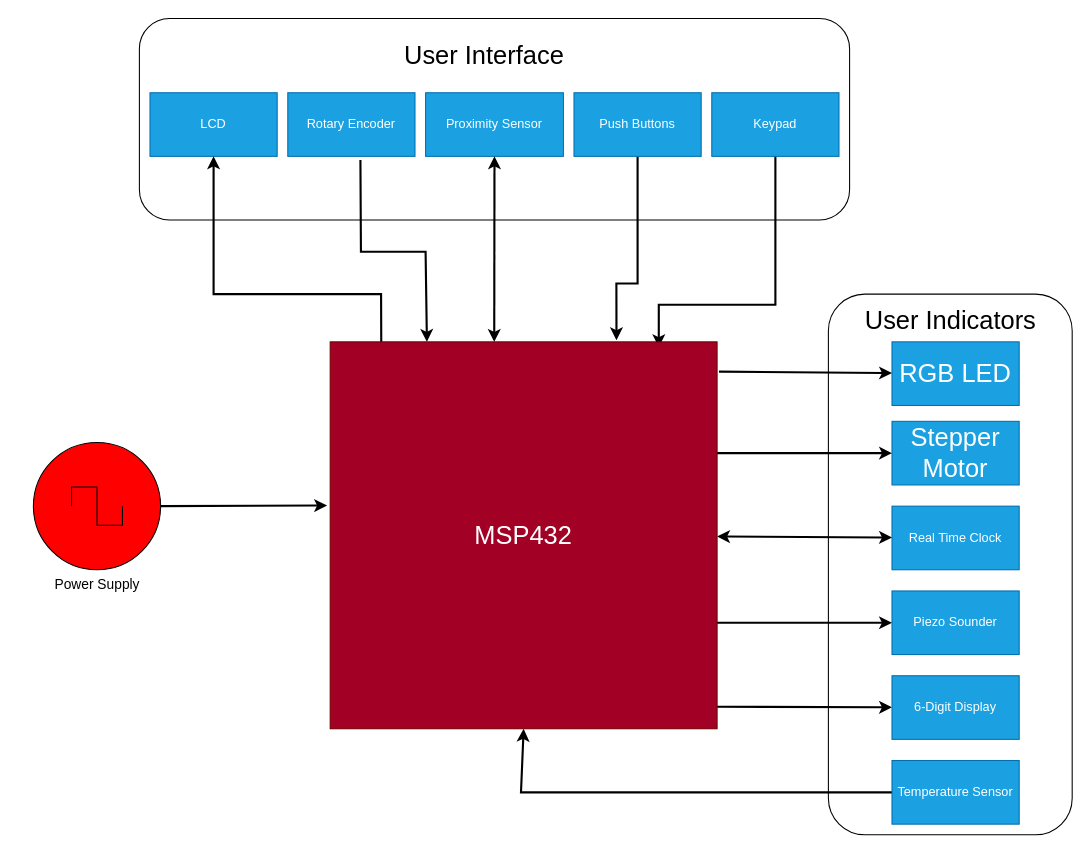
Earlier version of the draw.io diagram Lab FInal/BlockDiagram.drawio (juanbey/EGR_326_Farrell-Bey_Osburn). Source tidied: cells renumbered, new cells numbered last; positions are measured from the earlier drawing's top-left corner, leaving out a move shared by most shapes. Both pictures are drawn from the tidied source at 106%, with x=0, y=0 at pixel (33, 18).
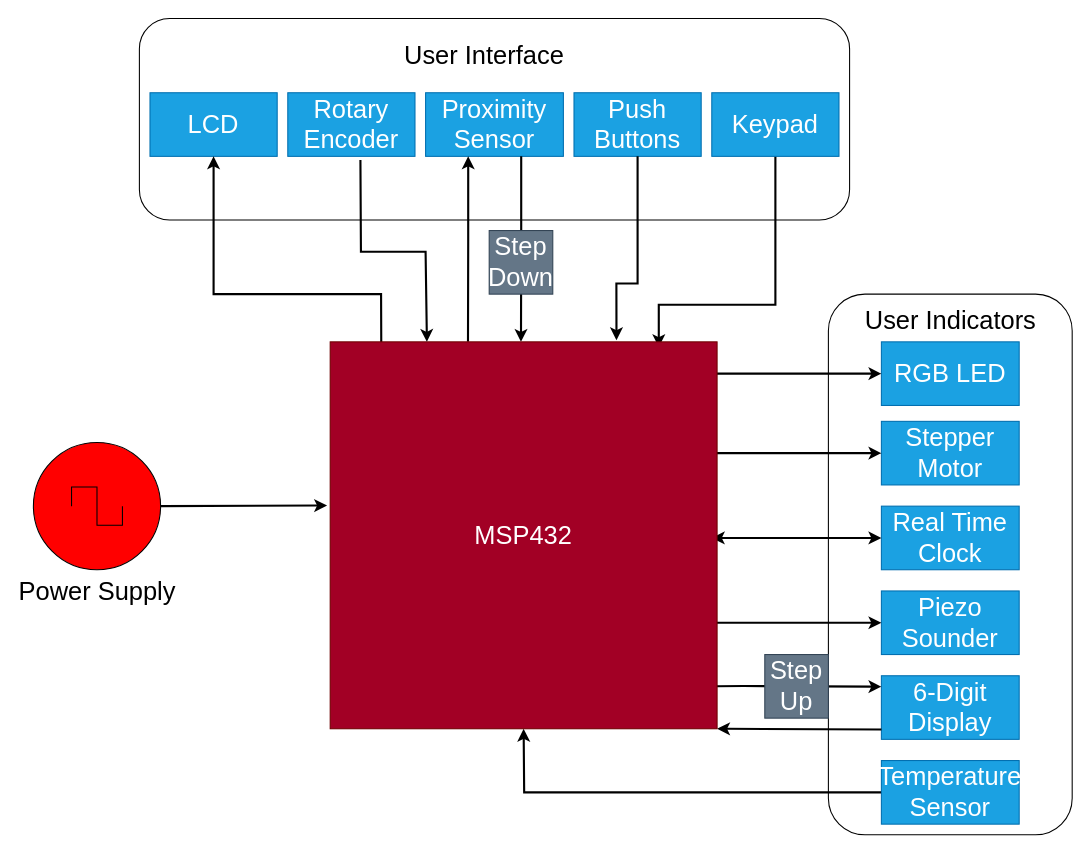
The same diagram, later.

Unchanged cells that the change refers to:
```xml
<mxCell id="26" value="&lt;font style=&quot;font-size: 24px&quot;&gt;MSP432&lt;/font&gt;" style="whiteSpace=wrap;html=1;strokeColor=#6F0000;fillColor=#a20025;fontColor=#ffffff;" parent="23" vertex="1">
  <mxGeometry x="280" y="305" width="365" height="365" as="geometry" />
</mxCell>
```

Diff of the diagram source:
```diff
@@
-    <mxCell id="3" value="LCD" style="rounded=0;whiteSpace=wrap;html=1;strokeColor=#006EAF;fillColor=#1ba1e2;fontColor=#ffffff;" parent="1" vertex="1">
+    <mxCell id="3" value="&lt;font style=&quot;font-size: 24px&quot;&gt;LCD&lt;/font&gt;" style="rounded=0;whiteSpace=wrap;html=1;strokeColor=#006EAF;fillColor=#1ba1e2;fontColor=#ffffff;" parent="1" vertex="1">
       <mxGeometry x="110" y="70" width="120" height="60" as="geometry" />
     </mxCell>
-    <mxCell id="4" value="Rotary Encoder" style="rounded=0;whiteSpace=wrap;html=1;strokeColor=#006EAF;fillColor=#1ba1e2;fontColor=#ffffff;" parent="1" vertex="1">
+    <mxCell id="4" value="&lt;font style=&quot;font-size: 24px&quot;&gt;Rotary Encoder&lt;/font&gt;" style="rounded=0;whiteSpace=wrap;html=1;strokeColor=#006EAF;fillColor=#1ba1e2;fontColor=#ffffff;" parent="1" vertex="1">
       <mxGeometry x="240" y="70" width="120" height="60" as="geometry" />
     </mxCell>
-    <mxCell id="5" value="Proximity Sensor" style="rounded=0;whiteSpace=wrap;html=1;strokeColor=#006EAF;fillColor=#1ba1e2;fontColor=#ffffff;" parent="1" vertex="1">
+    <mxCell id="5" value="&lt;font style=&quot;font-size: 24px&quot;&gt;Proximity Sensor&lt;/font&gt;" style="rounded=0;whiteSpace=wrap;html=1;strokeColor=#006EAF;fillColor=#1ba1e2;fontColor=#ffffff;" parent="1" vertex="1">
       <mxGeometry x="370" y="70" width="130" height="60" as="geometry" />
     </mxCell>
@@
     <mxCell id="9" value="RGB LED" style="rounded=0;whiteSpace=wrap;html=1;fontSize=24;fontColor=#ffffff;strokeColor=#006EAF;fillColor=#1ba1e2;" parent="1" vertex="1">
-      <mxGeometry x="810" y="305" width="120" height="60" as="geometry" />
+      <mxGeometry x="800" y="305" width="130" height="60" as="geometry" />
     </mxCell>
     <mxCell id="10" value="Stepper Motor" style="rounded=0;whiteSpace=wrap;html=1;fontSize=24;fontColor=#ffffff;strokeColor=#006EAF;fillColor=#1ba1e2;" parent="1" vertex="1">
-      <mxGeometry x="810" y="380" width="120" height="60" as="geometry" />
+      <mxGeometry x="800" y="380" width="130" height="60" as="geometry" />
     </mxCell>
-    <mxCell id="11" value="Real Time Clock" style="rounded=0;whiteSpace=wrap;html=1;strokeColor=#006EAF;fillColor=#1ba1e2;fontColor=#ffffff;" parent="1" vertex="1">
-      <mxGeometry x="810" y="460" width="120" height="60" as="geometry" />
+    <mxCell id="11" value="&lt;font style=&quot;font-size: 24px&quot;&gt;Real Time Clock&lt;/font&gt;" style="rounded=0;whiteSpace=wrap;html=1;strokeColor=#006EAF;fillColor=#1ba1e2;fontColor=#ffffff;" parent="1" vertex="1">
+      <mxGeometry x="800" y="460" width="130" height="60" as="geometry" />
     </mxCell>
@@
-    <mxCell id="13" value="&lt;font style=&quot;font-size: 13px&quot; color=&quot;#000000&quot;&gt;Power Supply&lt;/font&gt;" style="verticalLabelPosition=bottom;shadow=0;dashed=0;align=center;html=1;verticalAlign=top;shape=mxgraph.electrical.signal_sources.source;points=[[0.5,0,0],[1,0.5,0],[0.5,1,0],[0,0.5,0]];elSignalType=square;fillColor=#FF0000;fontColor=#ffffff;strokeColor=#000000;" parent="1" vertex="1">
+    <mxCell id="13" value="&lt;font style=&quot;font-size: 24px&quot; color=&quot;#000000&quot;&gt;Power Supply&lt;/font&gt;" style="verticalLabelPosition=bottom;shadow=0;dashed=0;align=center;html=1;verticalAlign=top;shape=mxgraph.electrical.signal_sources.source;points=[[0.5,0,0],[1,0.5,0],[0.5,1,0],[0,0.5,0]];elSignalType=square;fillColor=#FF0000;fontColor=#ffffff;strokeColor=#000000;" parent="1" vertex="1">
       <mxGeometry y="400" width="120" height="120" as="geometry" />
     </mxCell>
-    <mxCell id="14" value="Piezo Sounder" style="rounded=0;whiteSpace=wrap;html=1;strokeColor=#006EAF;fillColor=#1ba1e2;fontColor=#ffffff;" parent="1" vertex="1">
-      <mxGeometry x="810" y="540" width="120" height="60" as="geometry" />
+    <mxCell id="14" value="&lt;font style=&quot;font-size: 24px&quot;&gt;Piezo Sounder&lt;/font&gt;" style="rounded=0;whiteSpace=wrap;html=1;strokeColor=#006EAF;fillColor=#1ba1e2;fontColor=#ffffff;" parent="1" vertex="1">
+      <mxGeometry x="800" y="540" width="130" height="60" as="geometry" />
     </mxCell>
-    <mxCell id="15" style="edgeStyle=none;rounded=0;html=1;fontSize=15;fontColor=#000000;startArrow=none;startFill=0;strokeColor=#000000;strokeWidth=2;exitX=1.005;exitY=0.077;exitDx=0;exitDy=0;exitPerimeter=0;" parent="1" edge="1" source="26" target="9">
+    <mxCell id="15" style="edgeStyle=none;rounded=0;html=1;fontSize=15;fontColor=#000000;startArrow=none;startFill=0;strokeColor=#000000;strokeWidth=2;exitX=0.997;exitY=0.082;exitDx=0;exitDy=0;exitPerimeter=0;" parent="1" edge="1" source="26" target="9">
       <mxGeometry relative="1" as="geometry" />
     </mxCell>
@@
-    <mxCell id="17" style="edgeStyle=none;rounded=0;html=1;fontSize=15;fontColor=#000000;startArrow=none;startFill=0;strokeColor=#000000;strokeWidth=2;exitX=0.997;exitY=0.943;exitDx=0;exitDy=0;exitPerimeter=0;" parent="1" edge="1" source="26" target="19">
-      <mxGeometry relative="1" as="geometry" />
-    </mxCell>
-    <mxCell id="18" style="edgeStyle=none;rounded=0;html=1;fontSize=15;fontColor=#000000;startArrow=classic;startFill=1;strokeColor=#000000;strokeWidth=2;" parent="1" edge="1" source="26" target="11">
-      <mxGeometry relative="1" as="geometry" />
+    <mxCell id="18" style="edgeStyle=none;rounded=0;html=1;fontSize=15;fontColor=#000000;startArrow=classic;startFill=1;strokeColor=#000000;strokeWidth=2;" parent="1" edge="1" target="11">
+      <mxGeometry relative="1" as="geometry">
+        <mxPoint x="640" y="490" as="sourcePoint" />
+      </mxGeometry>
     </mxCell>
-    <mxCell id="19" value="6-Digit Display" style="rounded=0;whiteSpace=wrap;html=1;strokeColor=#006EAF;fillColor=#1ba1e2;fontColor=#ffffff;" parent="1" vertex="1">
-      <mxGeometry x="810" y="620" width="120" height="60" as="geometry" />
+    <mxCell id="19" value="&lt;font style=&quot;font-size: 24px&quot;&gt;6-Digit Display&lt;/font&gt;" style="rounded=0;whiteSpace=wrap;html=1;strokeColor=#006EAF;fillColor=#1ba1e2;fontColor=#ffffff;" parent="1" vertex="1">
+      <mxGeometry x="800" y="620" width="130" height="60" as="geometry" />
     </mxCell>
@@
     <mxCell id="21" style="edgeStyle=none;rounded=0;html=1;exitX=0;exitY=0.5;exitDx=0;exitDy=0;fontSize=15;fontColor=#000000;startArrow=none;startFill=0;strokeColor=#000000;strokeWidth=2;entryX=0.5;entryY=1;entryDx=0;entryDy=0;" parent="1" edge="1" source="22" target="26">
       <mxGeometry relative="1" as="geometry">
         <Array as="points">
           <mxPoint x="710" y="730" />
-          <mxPoint x="460" y="730" />
+          <mxPoint x="463" y="730" />
         </Array>
       </mxGeometry>
     </mxCell>
-    <mxCell id="22" value="Temperature Sensor" style="rounded=0;whiteSpace=wrap;html=1;strokeColor=#006EAF;fillColor=#1ba1e2;fontColor=#ffffff;" parent="1" vertex="1">
-      <mxGeometry x="810" y="700" width="120" height="60" as="geometry" />
+    <mxCell id="22" value="&lt;font style=&quot;font-size: 24px&quot;&gt;Temperature Sensor&lt;/font&gt;" style="rounded=0;whiteSpace=wrap;html=1;strokeColor=#006EAF;fillColor=#1ba1e2;fontColor=#ffffff;" parent="1" vertex="1">
+      <mxGeometry x="800" y="700" width="130" height="60" as="geometry" />
     </mxCell>
+    <mxCell id="29" value="Push&lt;br&gt;Buttons" style="rounded=0;whiteSpace=wrap;html=1;fontSize=24;fontColor=#ffffff;strokeColor=#006EAF;fillColor=#1ba1e2;" parent="1" vertex="1">
+      <mxGeometry x="510" y="70" width="120" height="60" as="geometry" />
+    </mxCell>
+    <mxCell id="32" style="endArrow=none;html=1;rounded=0;fontSize=24;strokeColor=#000000;strokeWidth=2;startArrow=classic;startFill=1;exitX=0.424;exitY=0;exitDx=0;exitDy=0;exitPerimeter=0;entryX=0.5;entryY=1;entryDx=0;entryDy=0;endFill=0;" parent="1" edge="1">
+      <mxGeometry relative="1" as="geometry">
+        <mxPoint x="460" y="305" as="sourcePoint" />
+        <mxPoint x="460.2" y="130" as="targetPoint" />
+        <Array as="points">
+          <mxPoint x="460.2" y="210" />
+        </Array>
+      </mxGeometry>
+    </mxCell>
+    <mxCell id="33" style="endArrow=classic;html=1;rounded=0;fontSize=24;strokeColor=#000000;strokeWidth=2;startArrow=none;startFill=0;exitX=0.424;exitY=0;exitDx=0;exitDy=0;exitPerimeter=0;entryX=0.5;entryY=1;entryDx=0;entryDy=0;" parent="1" edge="1">
+      <mxGeometry relative="1" as="geometry">
+        <mxPoint x="410" y="305" as="sourcePoint" />
+        <mxPoint x="410.2" y="130" as="targetPoint" />
+        <Array as="points">
+          <mxPoint x="410.2" y="210" />
+        </Array>
+      </mxGeometry>
+    </mxCell>
+    <mxCell id="34" value="Step Down" style="rounded=0;whiteSpace=wrap;html=1;fontSize=24;fillColor=#647687;fontColor=#ffffff;strokeColor=#314354;" parent="1" vertex="1">
+      <mxGeometry x="430" y="200" width="60" height="60" as="geometry" />
+    </mxCell>
+    <mxCell id="35" style="edgeStyle=none;rounded=0;html=1;fontSize=15;fontColor=#000000;startArrow=none;startFill=0;strokeColor=#000000;strokeWidth=2;exitX=0.997;exitY=0.943;exitDx=0;exitDy=0;exitPerimeter=0;" parent="1" edge="1">
+      <mxGeometry relative="1" as="geometry">
+        <mxPoint x="643.9" y="629.9" as="sourcePoint" />
+        <mxPoint x="800" y="630.3" as="targetPoint" />
+        <Array as="points">
+          <mxPoint x="670" y="629.7" />
+        </Array>
+      </mxGeometry>
+    </mxCell>
+    <mxCell id="36" style="edgeStyle=none;rounded=0;html=1;fontSize=15;fontColor=#000000;startArrow=classic;startFill=1;strokeColor=#000000;strokeWidth=2;endArrow=none;endFill=0;exitX=1;exitY=1;exitDx=0;exitDy=0;" parent="1" edge="1" source="26">
+      <mxGeometry relative="1" as="geometry">
+        <mxPoint x="800" y="670.7" as="targetPoint" />
+      </mxGeometry>
+    </mxCell>
+    <mxCell id="37" value="Step Up" style="rounded=0;whiteSpace=wrap;html=1;fontSize=24;fillColor=#647687;fontColor=#ffffff;strokeColor=#314354;" parent="1" vertex="1">
+      <mxGeometry x="690" y="600" width="60" height="60" as="geometry" />
+    </mxCell>
@@
-    <mxCell id="24" style="edgeStyle=none;rounded=0;html=1;entryX=0.5;entryY=1;entryDx=0;entryDy=0;fontSize=24;fontColor=#000000;startArrow=classic;startFill=1;endArrow=none;endFill=0;strokeColor=#000000;strokeWidth=2;exitX=0.74;exitY=-0.004;exitDx=0;exitDy=0;exitPerimeter=0;" parent="23" edge="1" source="26" target="29">
+    <mxCell id="24" style="edgeStyle=none;rounded=0;html=1;entryX=0.5;entryY=1;entryDx=0;entryDy=0;fontSize=24;fontColor=#000000;startArrow=classic;startFill=1;endArrow=none;endFill=0;strokeColor=#000000;strokeWidth=2;exitX=0.74;exitY=-0.004;exitDx=0;exitDy=0;exitPerimeter=0;" parent="23" edge="1" source="26">
       <mxGeometry relative="1" as="geometry">
+        <mxPoint x="570" y="130" as="targetPoint" />
         <Array as="points">
           <mxPoint x="550" y="250" />
           <mxPoint x="560" y="250" />
           <mxPoint x="570" y="250" />
         </Array>
       </mxGeometry>
     </mxCell>
@@
-    <mxCell id="29" value="Push Buttons" style="rounded=0;whiteSpace=wrap;html=1;strokeColor=#006EAF;fillColor=#1ba1e2;fontColor=#ffffff;" parent="23" vertex="1">
-      <mxGeometry x="510" y="70" width="120" height="60" as="geometry" />
-    </mxCell>
-    <mxCell id="30" value="Keypad" style="rounded=0;whiteSpace=wrap;html=1;strokeColor=#006EAF;fillColor=#1ba1e2;fontColor=#ffffff;" parent="23" vertex="1">
+    <mxCell id="30" value="&lt;font style=&quot;font-size: 24px&quot;&gt;Keypad&lt;/font&gt;" style="rounded=0;whiteSpace=wrap;html=1;strokeColor=#006EAF;fillColor=#1ba1e2;fontColor=#ffffff;" parent="23" vertex="1">
       <mxGeometry x="640" y="70" width="120" height="60" as="geometry" />
     </mxCell>
-    <mxCell id="31" style="endArrow=classic;html=1;rounded=0;fontSize=24;strokeColor=#000000;strokeWidth=2;startArrow=classic;startFill=1;exitX=0.424;exitY=0;exitDx=0;exitDy=0;exitPerimeter=0;entryX=0.5;entryY=1;entryDx=0;entryDy=0;" parent="23" edge="1" source="26" target="5">
-      <mxGeometry relative="1" as="geometry" />
-    </mxCell>
```
